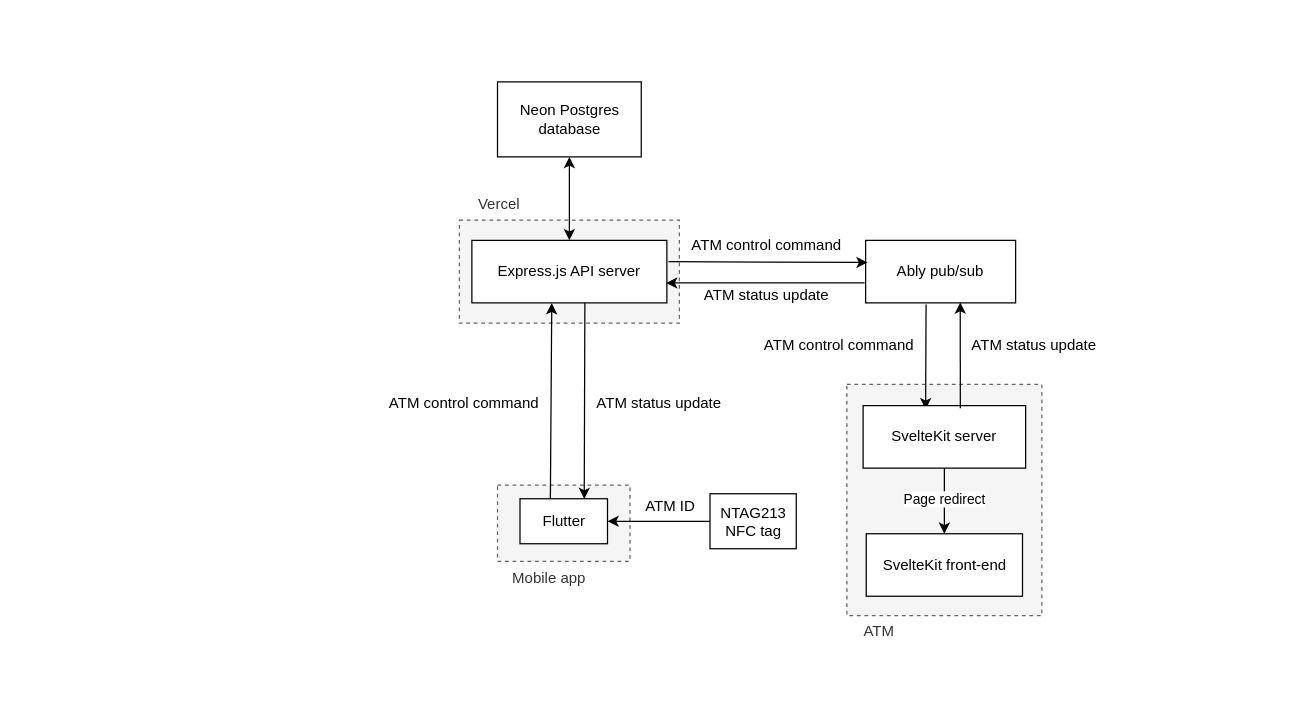
Before: docs/assets/system-architecture.drawio in bombastic-bankers/bombastic-banking, a draw.io diagram. Source tidied: cells renumbered, new cells numbered last; positions are measured from the earlier drawing's top-left corner, leaving out a move shared by most shapes. Both pictures are drawn from the tidied source at 125%, with x=0, y=0 at pixel (228, 21).
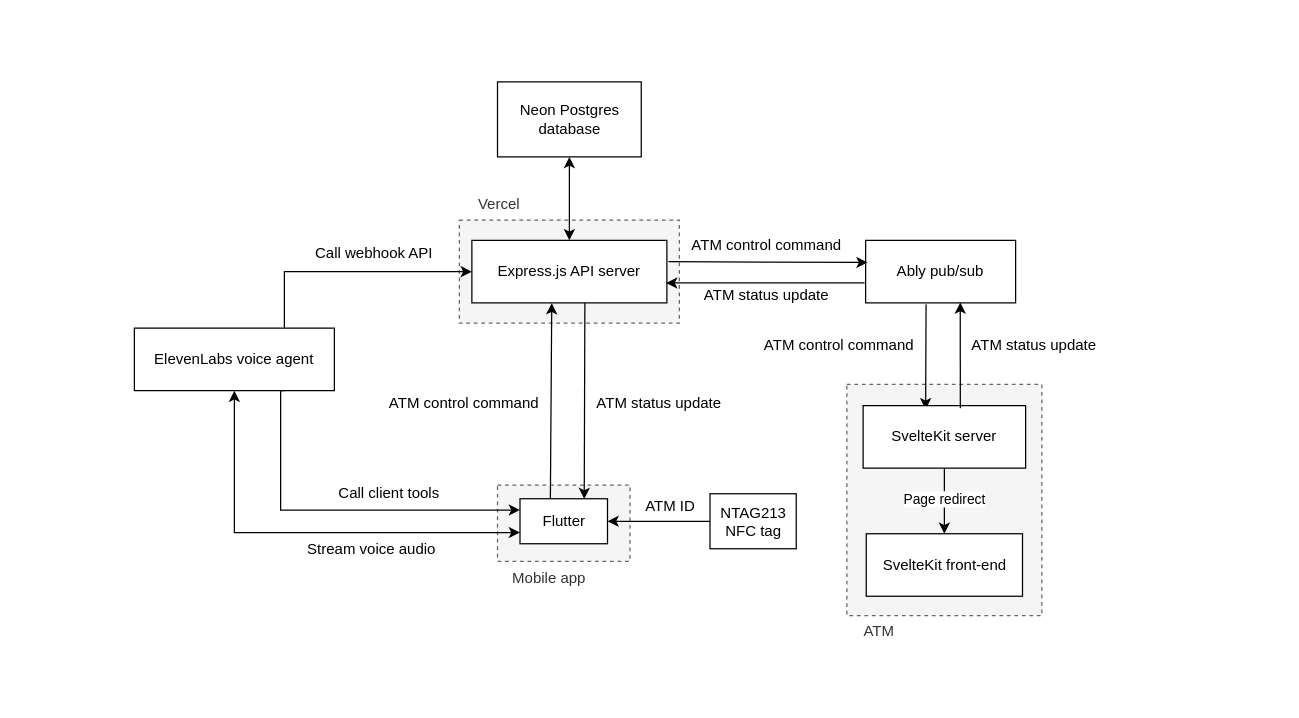
The same diagram, later.

Commit message (it also covers changes not shown here):
Update architecture diagram

Unchanged cells that the change refers to:
```xml
<mxCell id="7" value="Express.js API server" style="rounded=0;whiteSpace=wrap;html=1;" parent="1" vertex="1">
  <mxGeometry x="195" y="174.8" width="156" height="50" as="geometry" />
</mxCell>
<mxCell id="23" value="Flutter" style="rounded=0;whiteSpace=wrap;html=1;" parent="1" vertex="1">
  <mxGeometry x="233.5" y="381.5" width="70" height="36" as="geometry" />
</mxCell>
```

What changed in the source:
```diff
@@
     <mxCell id="2" style="rounded=0;whiteSpace=wrap;html=1;fillColor=none;strokeColor=none;" parent="1" vertex="1">
-      <mxGeometry width="840" height="540" as="geometry" />
+      <mxGeometry x="-165" width="960" height="540" as="geometry" />
     </mxCell>
@@
+    <mxCell id="33" value="&lt;div&gt;ElevenLabs voice agent&lt;/div&gt;" style="rounded=0;whiteSpace=wrap;html=1;" parent="1" vertex="1">
+      <mxGeometry x="-75" y="245" width="160" height="50" as="geometry" />
+    </mxCell>
+    <mxCell id="34" style="rounded=0;jettySize=auto;html=1;exitX=0;exitY=0.75;exitDx=0;exitDy=0;entryX=0.5;entryY=1;entryDx=0;entryDy=0;startArrow=classic;startFill=1;edgeStyle=orthogonalEdgeStyle;" parent="1" edge="1" source="23" target="33">
+      <mxGeometry relative="1" as="geometry">
+        <Array as="points">
+          <mxPoint x="5" y="409" />
+          <mxPoint x="-47" y="409" />
+        </Array>
+      </mxGeometry>
+    </mxCell>
+    <mxCell id="35" value="Stream voice audio" style="text;html=1;align=center;verticalAlign=middle;whiteSpace=wrap;rounded=0;fontStyle=0;rotation=0;" parent="1" vertex="1">
+      <mxGeometry x="50" y="406.5" width="130" height="30" as="geometry" />
+    </mxCell>
+    <mxCell id="36" style="rounded=0;jettySize=auto;html=1;entryX=0.75;entryY=1;entryDx=0;entryDy=0;startArrow=classic;startFill=1;edgeStyle=orthogonalEdgeStyle;exitX=0;exitY=0.25;exitDx=0;exitDy=0;endArrow=none;endFill=0;" parent="1" edge="1" source="23" target="33">
+      <mxGeometry relative="1" as="geometry">
+        <Array as="points">
+          <mxPoint x="42" y="390" />
+        </Array>
+      </mxGeometry>
+    </mxCell>
+    <mxCell id="37" value="Call client tools" style="text;html=1;align=center;verticalAlign=middle;whiteSpace=wrap;rounded=0;fontStyle=0;rotation=0;" parent="1" vertex="1">
+      <mxGeometry x="78" y="362" width="102" height="30" as="geometry" />
+    </mxCell>
+    <mxCell id="38" style="rounded=0;jettySize=auto;html=1;entryX=0.75;entryY=0;entryDx=0;entryDy=0;startArrow=classic;startFill=1;edgeStyle=orthogonalEdgeStyle;exitX=0;exitY=0.5;exitDx=0;exitDy=0;endArrow=none;endFill=0;" parent="1" edge="1" source="7" target="33">
+      <mxGeometry relative="1" as="geometry">
+        <Array as="points">
+          <mxPoint x="45" y="200" />
+          <mxPoint x="45" y="245" />
+        </Array>
+      </mxGeometry>
+    </mxCell>
+    <mxCell id="39" value="Call webhook API" style="text;html=1;align=center;verticalAlign=middle;whiteSpace=wrap;rounded=0;fontStyle=0;rotation=0;" parent="1" vertex="1">
+      <mxGeometry x="66" y="170" width="102" height="30" as="geometry" />
+    </mxCell>
```
